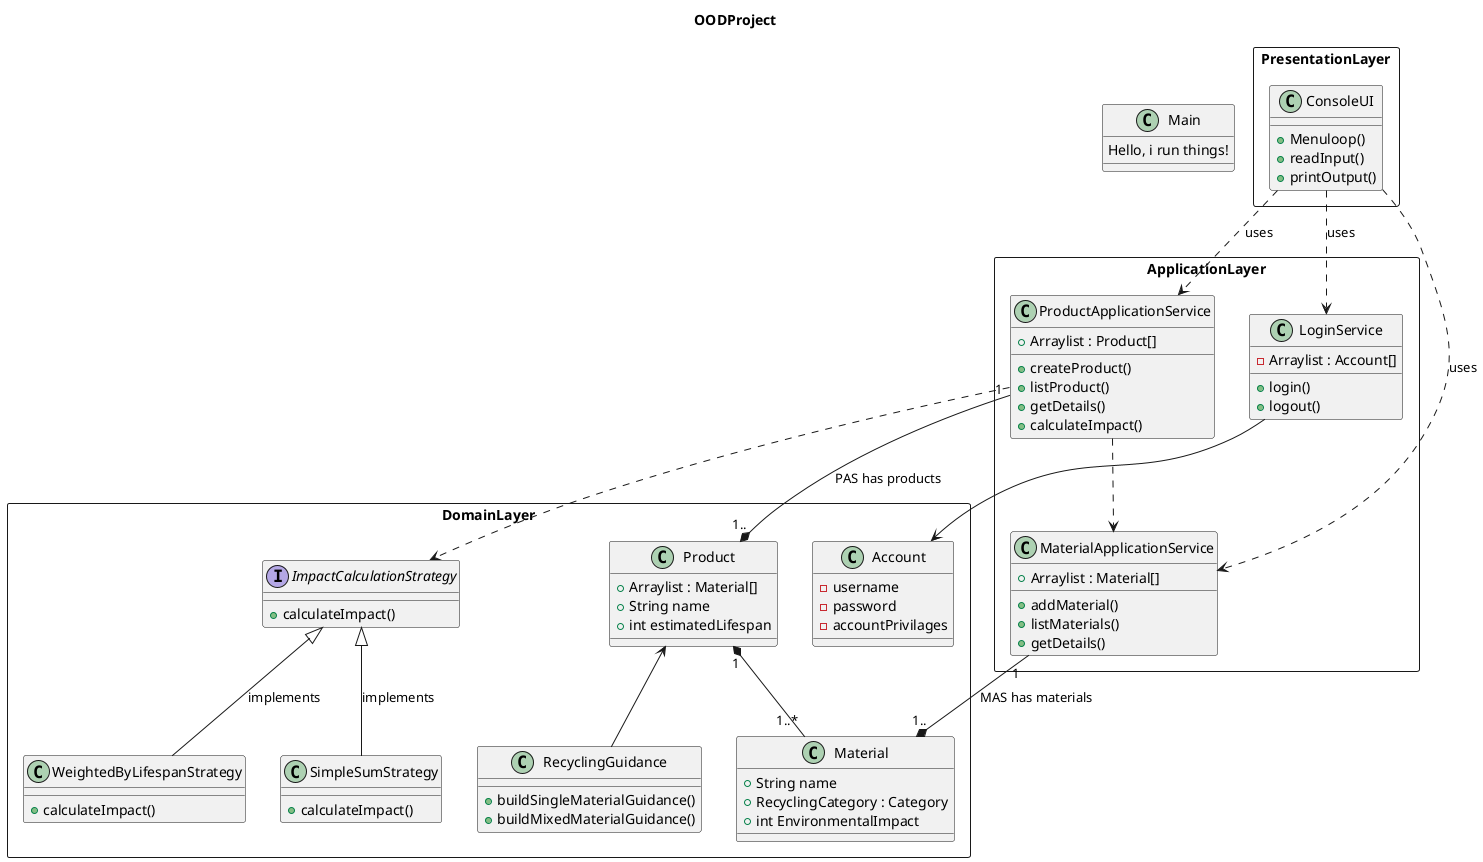
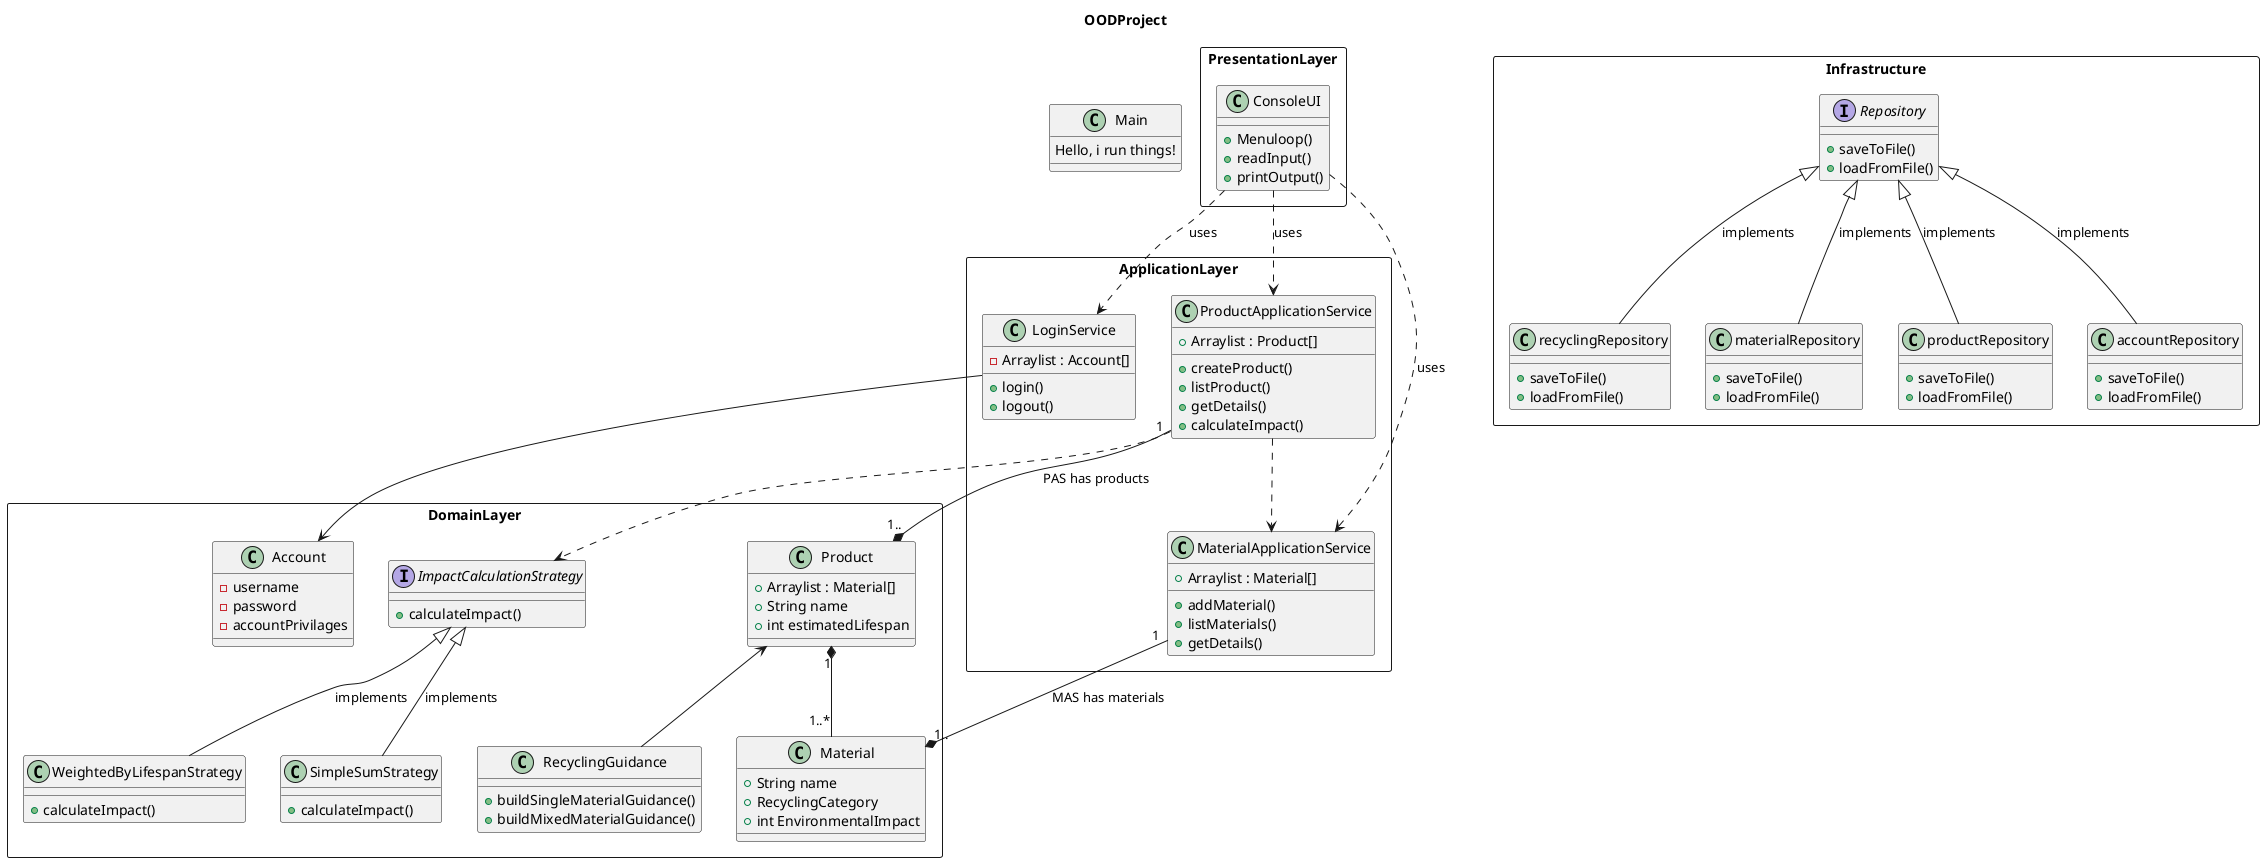
@startuml OODProject
title OODProject

Class Main {
    Hello, i run things!

}
rectangle PresentationLayer {
Class ConsoleUI {
   + Menuloop()
   + readInput()
   + printOutput()

}
}
rectangle ApplicationLayer {
Class ProductApplicationService {
    + Arraylist : Product[]
    + createProduct()
    + listProduct()
    + getDetails()
    + calculateImpact()

}


Class LoginService {
    - Arraylist : Account[]
    + login()
    + logout()

}
Class MaterialApplicationService {
    + Arraylist : Material[]
    + addMaterial()
    + listMaterials()
    + getDetails()

}
}

rectangle DomainLayer {
Class Account {
    - username
    - password
    - accountPrivilages

}

Class Material {
   + String name
-    + RecyclingCategory : Category
+    + RecyclingCategory
   + int EnvironmentalImpact

}

Class Product {
    + Arraylist : Material[]
    + String name
    + int estimatedLifespan

}



Interface ImpactCalculationStrategy {
    + calculateImpact()
}

Class SimpleSumStrategy {
    + calculateImpact()


}

Class WeightedByLifespanStrategy {
    + calculateImpact()

}


Class RecyclingGuidance  {
    + buildSingleMaterialGuidance()
    + buildMixedMaterialGuidance()

}
}
+ rectangle Infrastructure {

+ interface Repository {
+     + saveToFile()
+     + loadFromFile()
+ }
+ 
+ class materialRepository {
+     + saveToFile()
+     + loadFromFile()
+ }
+ class productRepository {
+     + saveToFile()
+     + loadFromFile()
+ }
+ class accountRepository{
+     + saveToFile()
+     + loadFromFile()
+ }
+ class recyclingRepository {
+     + saveToFile()
+     + loadFromFile()
+ }
+ }
' Class AccountManager {
'     - Arraylist : accounts[]
'     + addAccount()
'     + removeAccount()

' }

' Class MaterialManager {
'     + Arraylist : Material[]
'     + addMaterial()
'     + removeMaterial()

' }

' Class ProductManager {
'     + Arraylist : Product[]
'     + createProduct()
'     + removeProduct()

' }

ConsoleUI ..> ProductApplicationService : uses
ConsoleUI ..> MaterialApplicationService : uses
ConsoleUI ..> LoginService : uses
ProductApplicationService ..> MaterialApplicationService
ProductApplicationService"1" --* "1.." Product : PAS has products
MaterialApplicationService"1" --* "1.." Material : MAS has materials
ImpactCalculationStrategy <|-- SimpleSumStrategy : implements
ImpactCalculationStrategy <|-- WeightedByLifespanStrategy : implements
ProductApplicationService ..> ImpactCalculationStrategy
Product <-- RecyclingGuidance
LoginService --> Account
Product"1" *-- "1..*"Material
+ Repository <|-- accountRepository : implements
+ Repository <|-- materialRepository : implements
+ Repository <|-- productRepository : implements
+ Repository <|-- recyclingRepository : implements
+ 



' ConsoleUI ..> MaterialApplicationService : uses
' MaterialManager <.. MaterialApplicationService : uses
' Product"1" *-- "1..*"ProductManager
' ProductManager <.. ProductApplicationService : uses
' Material"1..*" *-- "1" MaterialManager
' LoginService --> AccountManager : uses
' AccountManager "1" *-- "0..*" Account
- @enduml
+ @enduml